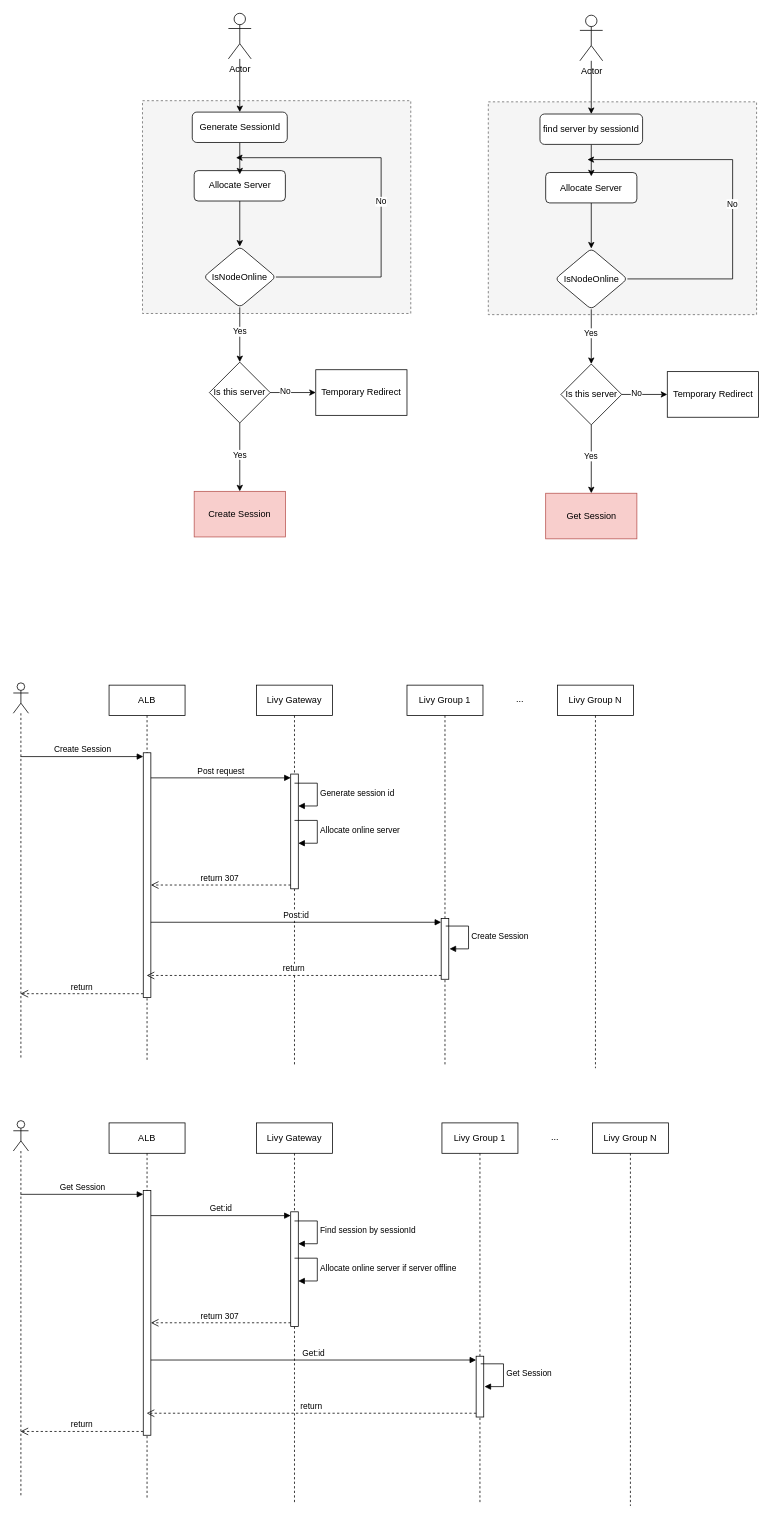
Before: Livy arch.drawio in boneanxs/drawIo, a draw.io diagram. Source tidied: cells renumbered, new cells numbered last; positions are measured from the earlier drawing's top-left corner, leaving out a move shared by most shapes. Both pictures are drawn from the tidied source at 76%, with x=0, y=0 at pixel (13, 13).
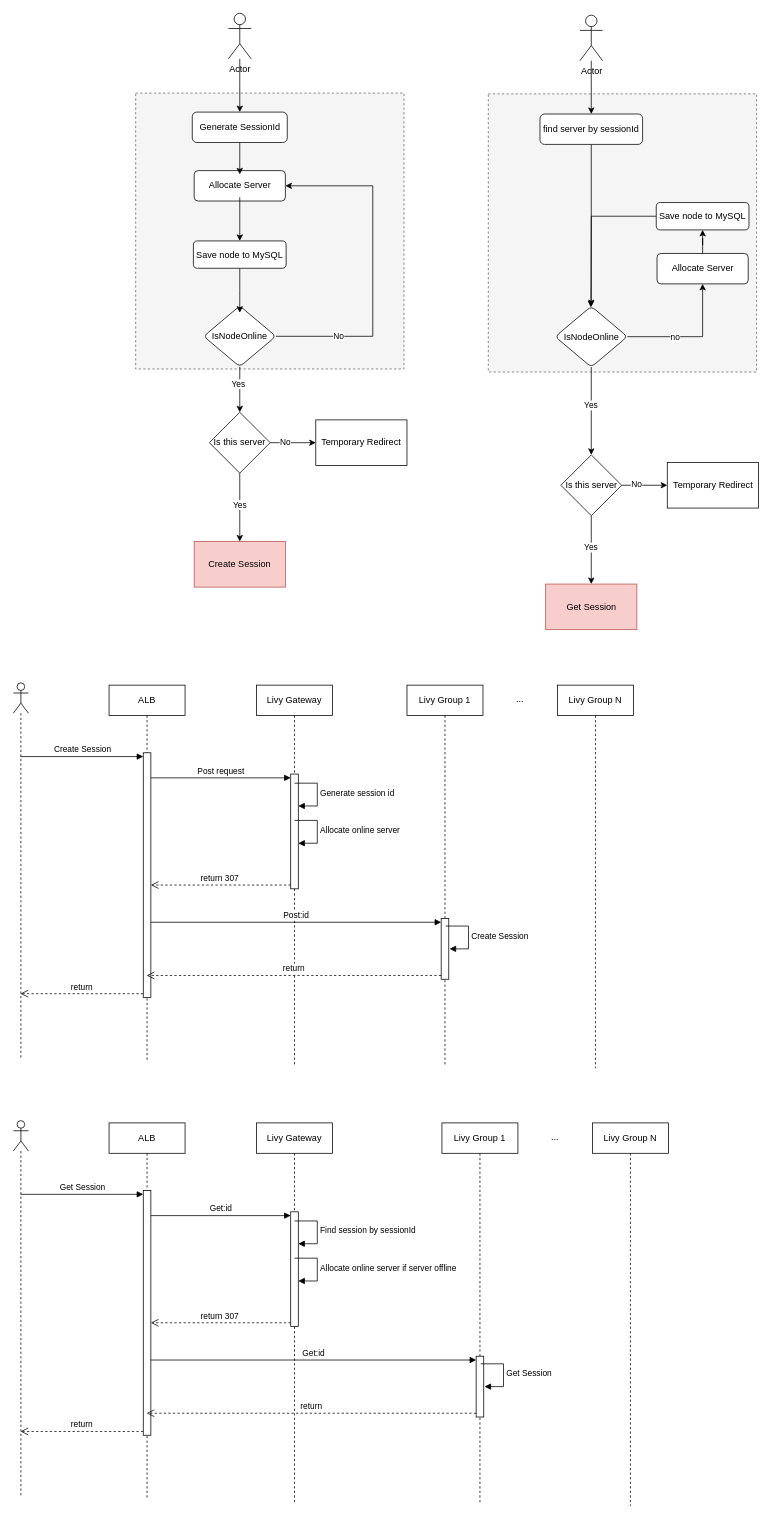
The same diagram, later.

The change refers to these unchanged cells:
```xml
<mxCell id="7" style="rounded=1;whiteSpace=wrap;html=1;verticalAlign=top;arcSize=13;" parent="1" vertex="1">
  <mxGeometry x="238" y="207" width="120" height="40" as="geometry" />
</mxCell>
<mxCell id="8" value="Allocate Server" style="text;html=1;align=center;verticalAlign=middle;whiteSpace=wrap;rounded=0;" parent="1" vertex="1">
  <mxGeometry x="255.5" y="212" width="85" height="30" as="geometry" />
</mxCell>
<mxCell id="10" style="rhombus;whiteSpace=wrap;html=1;verticalAlign=top;rounded=1;arcSize=13;" parent="9" vertex="1">
  <mxGeometry width="95" height="80" as="geometry" />
</mxCell>
<mxCell id="31" style="rhombus;whiteSpace=wrap;html=1;verticalAlign=top;rounded=1;arcSize=13;" parent="30" vertex="1">
  <mxGeometry width="95" height="80" as="geometry" />
</mxCell>
<mxCell id="38" value="find server by sessionId" style="rounded=1;whiteSpace=wrap;html=1;" parent="1" vertex="1">
  <mxGeometry x="693" y="132.5" width="135" height="40" as="geometry" />
</mxCell>
```

What changed in the source:
```diff
@@
+    <mxCell id="82" style="rounded=0;whiteSpace=wrap;html=1;dashed=1;fillColor=#f5f5f5;fontColor=#333333;strokeColor=#666666;" parent="1" vertex="1">
+      <mxGeometry x="161" y="105" width="353" height="363" as="geometry" />
+    </mxCell>
     <mxCell id="2" style="rounded=0;whiteSpace=wrap;html=1;dashed=1;fillColor=#f5f5f5;fontColor=#333333;strokeColor=#666666;" parent="1" vertex="1">
-      <mxGeometry x="625" y="116.5" width="353" height="280" as="geometry" />
+      <mxGeometry x="625" y="106" width="353" height="366" as="geometry" />
     </mxCell>
-    <mxCell id="3" style="rounded=0;whiteSpace=wrap;html=1;dashed=1;fillColor=#f5f5f5;fontColor=#333333;strokeColor=#666666;" parent="1" vertex="1">
-      <mxGeometry x="170" y="115" width="353" height="280" as="geometry" />
-    </mxCell>
@@
-    <mxCell id="6" style="edgeStyle=orthogonalEdgeStyle;rounded=0;jettySize=auto;html=1;" parent="1" edge="1" source="7" target="10">
-      <mxGeometry relative="1" as="geometry" />
-    </mxCell>
@@
+    <mxCell id="83" style="edgeStyle=orthogonalEdgeStyle;rounded=0;jettySize=auto;html=1;" parent="1" edge="1" source="8" target="90">
+      <mxGeometry relative="1" as="geometry" />
+    </mxCell>
@@
     <mxCell id="9" style="group;" parent="1" vertex="1">
-      <mxGeometry x="250.5" y="307" width="95" height="80" as="geometry" />
+      <mxGeometry x="250.5" y="385" width="95" height="80" as="geometry" />
     </mxCell>
@@
-    <mxCell id="12" style="edgeStyle=orthogonalEdgeStyle;rounded=0;jettySize=auto;html=1;entryX=0.5;entryY=0;entryDx=0;entryDy=0;" parent="1" edge="1" source="10" target="22">
-      <mxGeometry relative="1" as="geometry" />
-    </mxCell>
-    <mxCell id="13" value="Yes" style="edgeLabel;html=1;align=center;verticalAlign=middle;" parent="12" vertex="1">
-      <mxGeometry x="-0.13" y="-1" relative="1" as="geometry" />
-    </mxCell>
-    <mxCell id="14" style="edgeStyle=orthogonalEdgeStyle;rounded=0;jettySize=auto;html=1;" parent="1" edge="1" source="10">
-      <mxGeometry relative="1" as="geometry">
-        <mxPoint x="293" y="190" as="targetPoint" />
-        <Array as="points">
-          <mxPoint x="484" y="347" />
-        </Array>
-      </mxGeometry>
-    </mxCell>
-    <mxCell id="15" value="No" style="edgeLabel;html=1;align=center;verticalAlign=middle;" parent="14" vertex="1">
-      <mxGeometry x="-0.39" y="-2" relative="1" as="geometry">
-        <mxPoint x="-3" y="-90" as="offset" />
-      </mxGeometry>
-    </mxCell>
@@
     <mxCell id="22" value="Is this server" style="rhombus;whiteSpace=wrap;html=1;" parent="1" vertex="1">
-      <mxGeometry x="258" y="459" width="80" height="80" as="geometry" />
+      <mxGeometry x="258" y="525" width="80" height="80" as="geometry" />
     </mxCell>
     <mxCell id="23" value="Temporary Redirect" style="whiteSpace=wrap;html=1;" parent="1" vertex="1">
-      <mxGeometry x="398" y="469" width="120" height="60" as="geometry" />
+      <mxGeometry x="398" y="535" width="120" height="60" as="geometry" />
     </mxCell>
     <mxCell id="24" value="Create Session" style="whiteSpace=wrap;html=1;fillColor=#f8cecc;strokeColor=#b85450;" parent="1" vertex="1">
-      <mxGeometry x="238" y="629" width="120" height="60" as="geometry" />
+      <mxGeometry x="238" y="695" width="120" height="60" as="geometry" />
     </mxCell>
@@
-    <mxCell id="27" style="edgeStyle=orthogonalEdgeStyle;rounded=0;jettySize=auto;html=1;" parent="1" edge="1" source="28" target="31">
-      <mxGeometry relative="1" as="geometry" />
-    </mxCell>
-    <mxCell id="28" style="rounded=1;whiteSpace=wrap;html=1;verticalAlign=top;arcSize=13;" parent="1" vertex="1">
-      <mxGeometry x="700.5" y="209.5" width="120" height="40" as="geometry" />
-    </mxCell>
-    <mxCell id="29" value="Allocate Server" style="text;html=1;align=center;verticalAlign=middle;whiteSpace=wrap;rounded=0;" parent="1" vertex="1">
-      <mxGeometry x="718" y="214.5" width="85" height="30" as="geometry" />
-    </mxCell>
     <mxCell id="30" style="group;" parent="1" vertex="1">
-      <mxGeometry x="713" y="309.5" width="95" height="80" as="geometry" />
+      <mxGeometry x="713" y="385.5" width="95" height="80" as="geometry" />
     </mxCell>
@@
-    <mxCell id="35" style="edgeStyle=orthogonalEdgeStyle;rounded=0;jettySize=auto;html=1;" parent="1" edge="1" source="31">
-      <mxGeometry relative="1" as="geometry">
-        <mxPoint x="755.5" y="192.5" as="targetPoint" />
-        <Array as="points">
-          <mxPoint x="946.5" y="349.5" />
-        </Array>
-      </mxGeometry>
-    </mxCell>
-    <mxCell id="36" value="No" style="edgeLabel;html=1;align=center;verticalAlign=middle;" parent="35" vertex="1">
-      <mxGeometry x="-0.39" y="-2" relative="1" as="geometry">
-        <mxPoint x="-3" y="-90" as="offset" />
-      </mxGeometry>
-    </mxCell>
-    <mxCell id="37" style="edgeStyle=orthogonalEdgeStyle;rounded=0;jettySize=auto;html=1;" parent="1" edge="1" source="38" target="29">
+    <mxCell id="37" style="edgeStyle=orthogonalEdgeStyle;rounded=0;jettySize=auto;html=1;entryX=0.5;entryY=0;entryDx=0;entryDy=0;" parent="1" edge="1" source="38" target="31">
       <mxGeometry relative="1" as="geometry" />
     </mxCell>
@@
     <mxCell id="43" value="Is this server" style="rhombus;whiteSpace=wrap;html=1;" parent="1" vertex="1">
-      <mxGeometry x="720.5" y="461.5" width="80" height="80" as="geometry" />
+      <mxGeometry x="720.5" y="581" width="80" height="80" as="geometry" />
     </mxCell>
     <mxCell id="44" value="Temporary Redirect" style="whiteSpace=wrap;html=1;" parent="1" vertex="1">
-      <mxGeometry x="860.5" y="471.5" width="120" height="60" as="geometry" />
+      <mxGeometry x="860.5" y="591" width="120" height="60" as="geometry" />
     </mxCell>
     <mxCell id="45" value="Get Session" style="whiteSpace=wrap;html=1;fillColor=#f8cecc;strokeColor=#b85450;" parent="1" vertex="1">
-      <mxGeometry x="700.5" y="631.5" width="120" height="60" as="geometry" />
+      <mxGeometry x="700.5" y="751" width="120" height="60" as="geometry" />
     </mxCell>
@@
+    <mxCell id="84" style="group;" parent="1" vertex="1">
+      <mxGeometry x="847" y="255" width="120" height="40" as="geometry" />
+    </mxCell>
+    <mxCell id="85" style="group;" parent="84" vertex="1">
+      <mxGeometry y="61" width="120" height="40" as="geometry" />
+    </mxCell>
+    <mxCell id="86" style="rounded=1;whiteSpace=wrap;html=1;verticalAlign=top;arcSize=13;" parent="85" vertex="1">
+      <mxGeometry width="120" height="40" as="geometry" />
+    </mxCell>
+    <mxCell id="29" value="Allocate Server" style="text;html=1;align=center;verticalAlign=middle;whiteSpace=wrap;rounded=0;" parent="85" vertex="1">
+      <mxGeometry x="17.5" y="5" width="85" height="30" as="geometry" />
+    </mxCell>
+    <mxCell id="87" style="edgeStyle=orthogonalEdgeStyle;rounded=0;jettySize=auto;html=1;exitX=1;exitY=0.5;exitDx=0;exitDy=0;entryX=0.5;entryY=1;entryDx=0;entryDy=0;" parent="1" edge="1" source="31" target="86">
+      <mxGeometry relative="1" as="geometry" />
+    </mxCell>
+    <mxCell id="88" value="no" style="edgeLabel;html=1;align=center;verticalAlign=middle;" parent="87" vertex="1">
+      <mxGeometry x="-0.27" relative="1" as="geometry">
+        <mxPoint y="1" as="offset" />
+      </mxGeometry>
+    </mxCell>
+    <mxCell id="89" style="edgeStyle=orthogonalEdgeStyle;rounded=0;jettySize=auto;html=1;" parent="1" edge="1" source="90">
+      <mxGeometry relative="1" as="geometry">
+        <mxPoint x="298" y="394" as="targetPoint" />
+      </mxGeometry>
+    </mxCell>
+    <mxCell id="90" value="Save node to MySQL" style="rounded=1;whiteSpace=wrap;html=1;" parent="1" vertex="1">
+      <mxGeometry x="237" y="299.5" width="122" height="36" as="geometry" />
+    </mxCell>
+    <mxCell id="91" style="edgeStyle=orthogonalEdgeStyle;rounded=0;jettySize=auto;html=1;entryX=1;entryY=0.5;entryDx=0;entryDy=0;exitX=1;exitY=0.5;exitDx=0;exitDy=0;" parent="1" edge="1" source="10" target="7">
+      <mxGeometry relative="1" as="geometry">
+        <Array as="points">
+          <mxPoint x="473" y="425" />
+          <mxPoint x="473" y="227" />
+        </Array>
+      </mxGeometry>
+    </mxCell>
+    <mxCell id="92" value="No" style="edgeLabel;html=1;align=center;verticalAlign=middle;" parent="91" vertex="1">
+      <mxGeometry x="-0.63" y="1" relative="1" as="geometry">
+        <mxPoint x="1" as="offset" />
+      </mxGeometry>
+    </mxCell>
+    <mxCell id="12" style="edgeStyle=orthogonalEdgeStyle;rounded=0;jettySize=auto;html=1;" parent="1" edge="1" source="10" target="22">
+      <mxGeometry relative="1" as="geometry" />
+    </mxCell>
+    <mxCell id="13" value="Yes" style="edgeLabel;html=1;align=center;verticalAlign=middle;" parent="12" vertex="1">
+      <mxGeometry x="-0.27" y="-3" relative="1" as="geometry" />
+    </mxCell>
+    <mxCell id="93" style="edgeStyle=orthogonalEdgeStyle;rounded=0;jettySize=auto;html=1;" parent="1" edge="1" source="94">
+      <mxGeometry relative="1" as="geometry">
+        <mxPoint x="760" y="387" as="targetPoint" />
+      </mxGeometry>
+    </mxCell>
+    <mxCell id="94" value="Save node to MySQL" style="rounded=1;whiteSpace=wrap;html=1;" parent="1" vertex="1">
+      <mxGeometry x="846" y="249" width="122" height="36" as="geometry" />
+    </mxCell>
+    <mxCell id="95" style="edgeStyle=orthogonalEdgeStyle;rounded=0;jettySize=auto;html=1;" parent="1" edge="1" source="86" target="94">
+      <mxGeometry relative="1" as="geometry" />
+    </mxCell>
```
